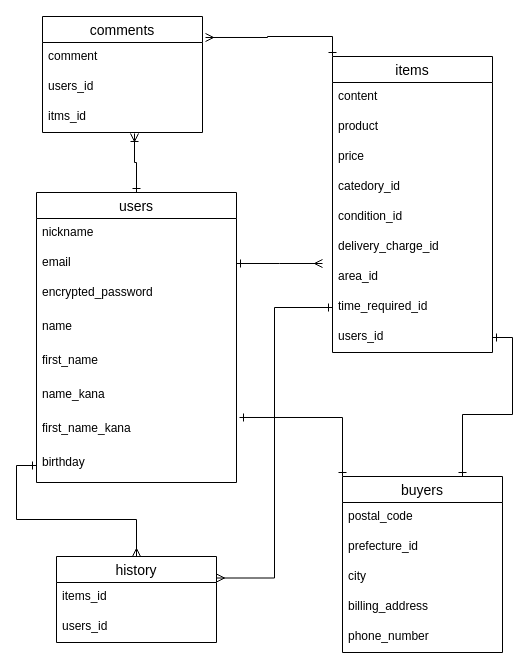
Above: er.dio in Rintaroman/furima-35571 (draw.io), before the change. Source tidied: cells renumbered, new cells numbered last; positions are measured from the earlier drawing's top-left corner, leaving out a move shared by most shapes. Both pictures are drawn from the tidied source at 100%, with x=0, y=0 at pixel (36, 16).
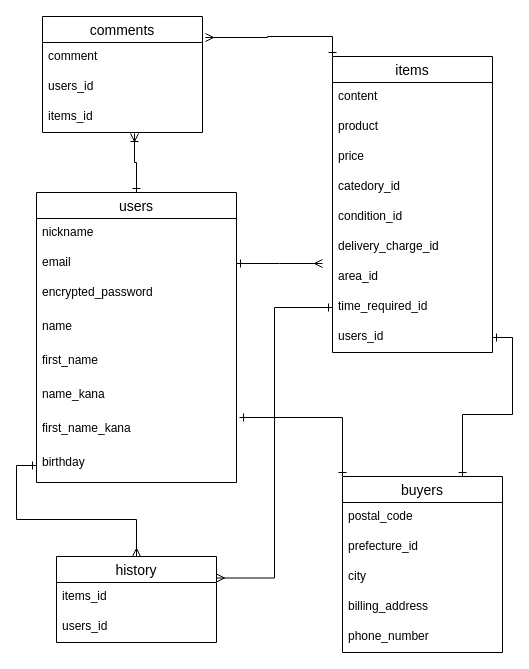
The same diagram, later.

Unchanged cells that the change refers to:
```xml
<mxCell id="31" value="comments" style="swimlane;fontStyle=0;horizontal=1;startSize=26;align=center;fontSize=14;" parent="1" vertex="1">
  <mxGeometry x="6" width="160" height="116" as="geometry" />
</mxCell>
```

What changed in the source:
```diff
@@
-    <mxCell id="34" value="itms_id&#10;" style="text;strokeColor=none;fillColor=none;spacingLeft=4;spacingRight=4;overflow=hidden;points=[[0,0.5],[1,0.5]];portConstraint=eastwest;fontSize=12;" parent="31" vertex="1">
+    <mxCell id="34" value="items_id&#10;" style="text;strokeColor=none;fillColor=none;spacingLeft=4;spacingRight=4;overflow=hidden;points=[[0,0.5],[1,0.5]];portConstraint=eastwest;fontSize=12;" parent="31" vertex="1">
       <mxGeometry y="86" width="160" height="30" as="geometry" />
     </mxCell>
```
